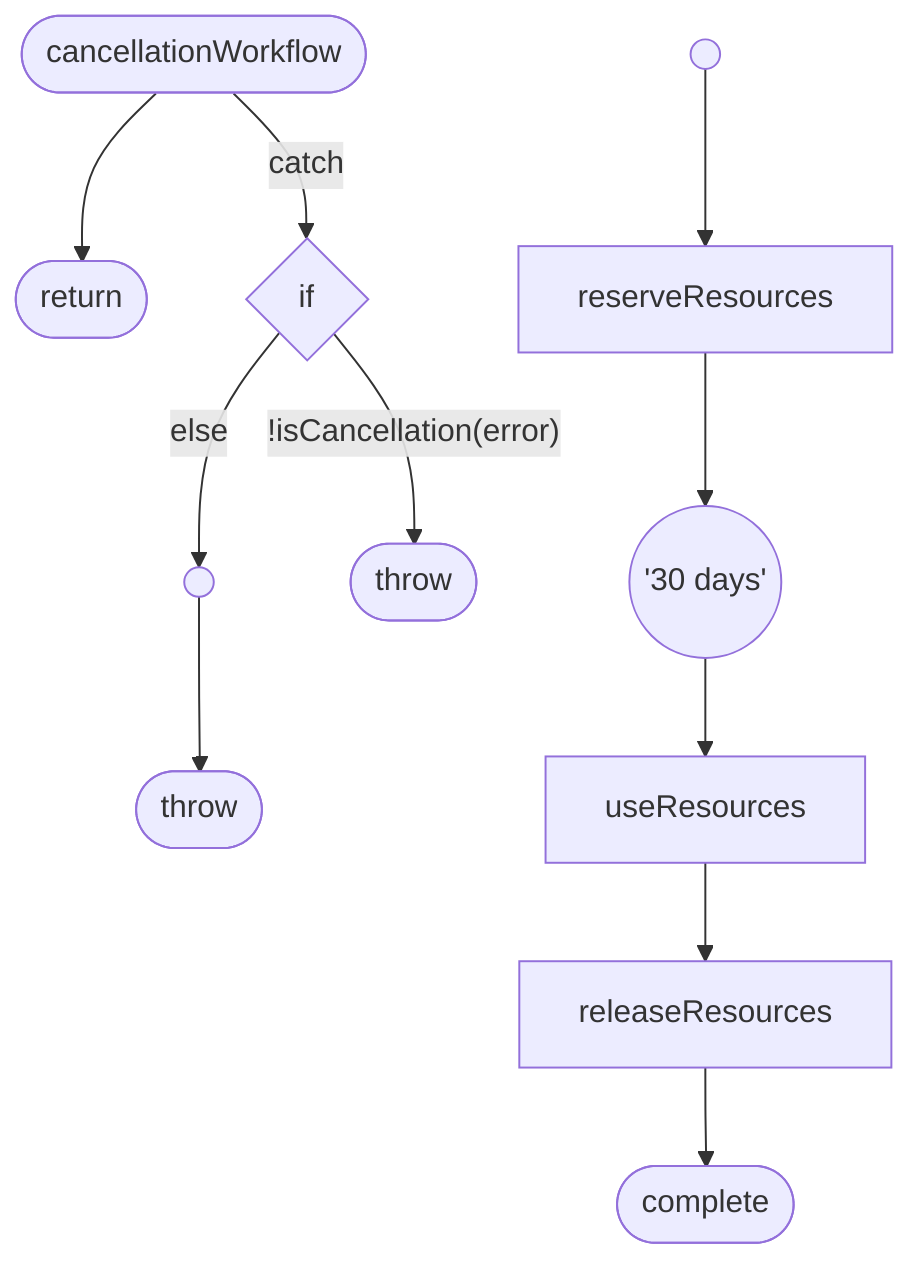
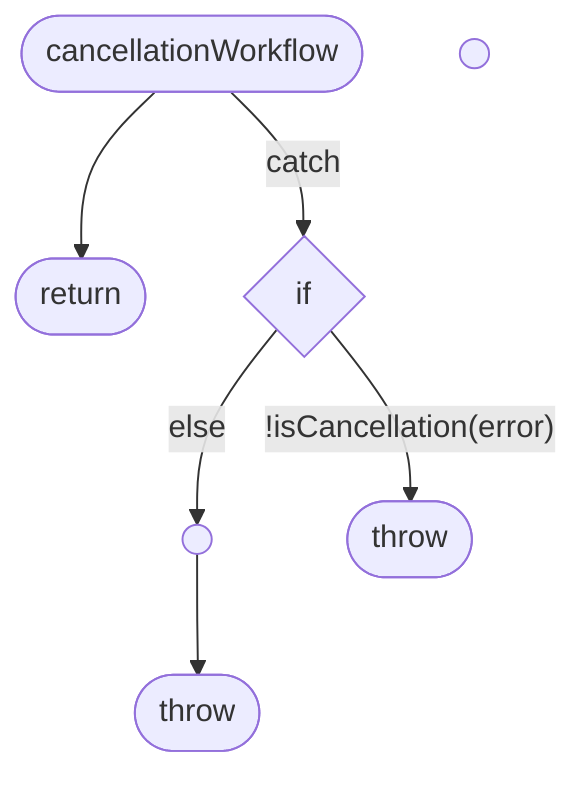
flowchart TD
  start(["cancellationWorkflow"])
  n1(( ))
  flow_cancellationWorkflow_2(["return"])
  flow_cancellationWorkflow_4{"if"}
  n2(( ))
  flow_cancellationWorkflow_3(["throw"])
  flow_cancellationWorkflow_5(["throw"])
-   flow_cancellationWorkflow_6["reserveResources"]
-   flow_cancellationWorkflow_7(("'30 days'"))
-   flow_cancellationWorkflow_8["useResources"]
-   flow_cancellationWorkflow_9["releaseResources"]
-   complete(["complete"])
  start --> flow_cancellationWorkflow_2
  start -->|"catch"| flow_cancellationWorkflow_4
  flow_cancellationWorkflow_4 -->|"!isCancellation(error)"| flow_cancellationWorkflow_3
  flow_cancellationWorkflow_4 -->|"else"| n2
  n2 --> flow_cancellationWorkflow_5
-   n1 --> flow_cancellationWorkflow_6
-   flow_cancellationWorkflow_6 --> flow_cancellationWorkflow_7
-   flow_cancellationWorkflow_7 --> flow_cancellationWorkflow_8
-   flow_cancellationWorkflow_8 --> flow_cancellationWorkflow_9
-   flow_cancellationWorkflow_9 --> complete
